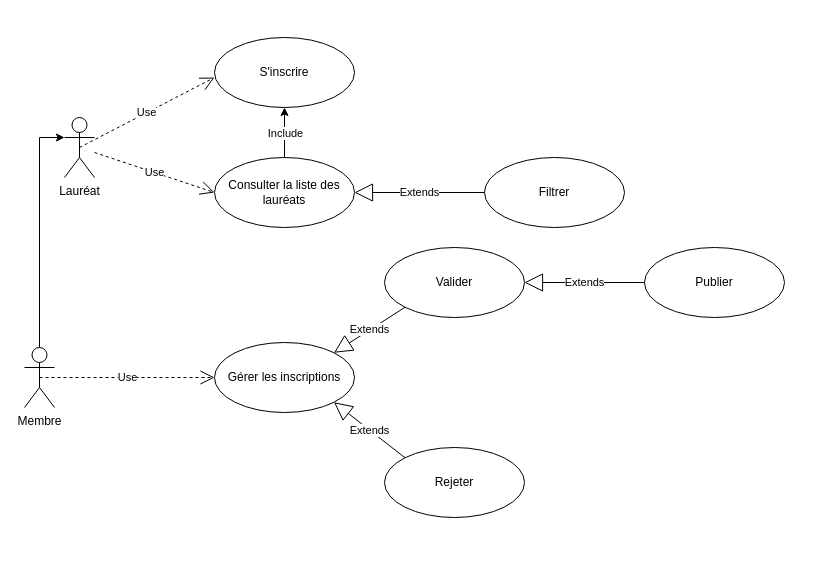
This is Diagramme sans nom.drawio from MOHAMEDABDERRAFIK/Mohamed-Abderrafik, a draw.io file, before an edit. Source tidied: cells renumbered, new cells numbered last; positions are measured from the earlier drawing's top-left corner, leaving out a move shared by most shapes. Both pictures are drawn from the tidied source at 100%, with x=0, y=0 at pixel (24, 37).
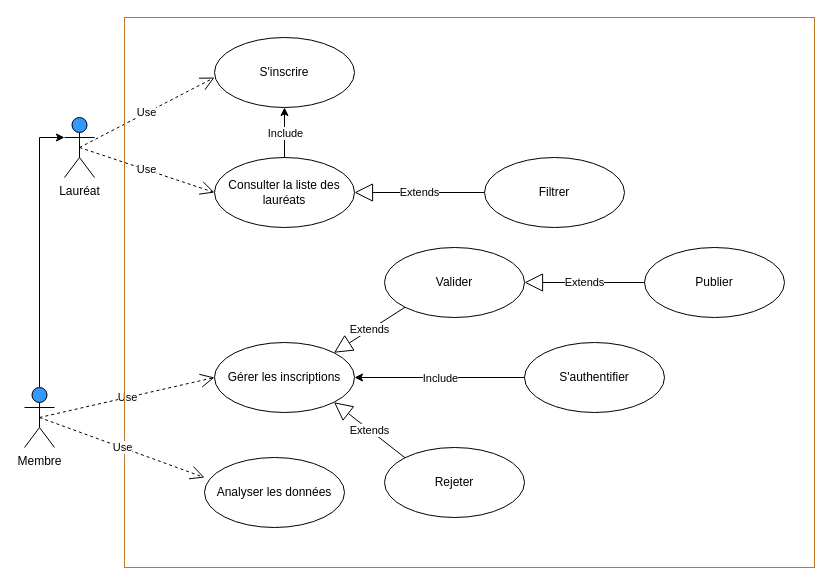
Above is the later version.

Commit message:
Mettre à jour Diagramme sans diagramUseCase.drawio

The change refers to these unchanged cells:
```xml
<mxCell id="6" value="Consulter la liste des lauréats" style="ellipse;whiteSpace=wrap;html=1;" parent="1" vertex="1">
  <mxGeometry x="190" y="120" width="140" height="70" as="geometry" />
</mxCell>
<mxCell id="7" value="Gérer les inscriptions" style="ellipse;whiteSpace=wrap;html=1;" parent="1" vertex="1">
  <mxGeometry x="190" y="305" width="140" height="70" as="geometry" />
</mxCell>
```

The edit, as a diff of the source:
```diff
@@
-    <mxCell id="2" value="Lauréat&lt;br&gt;" style="shape=umlActor;verticalLabelPosition=bottom;verticalAlign=top;html=1;outlineConnect=0;" parent="1" vertex="1">
+    <mxCell id="2" value="Lauréat&lt;br&gt;" style="shape=umlActor;verticalLabelPosition=bottom;verticalAlign=top;html=1;outlineConnect=0;fillColor=#3399FF;" parent="1" vertex="1">
       <mxGeometry x="40" y="80" width="30" height="60" as="geometry" />
     </mxCell>
@@
-    <mxCell id="4" value="Membre&lt;br&gt;" style="shape=umlActor;verticalLabelPosition=bottom;verticalAlign=top;html=1;outlineConnect=0;" parent="1" vertex="1">
-      <mxGeometry y="310" width="30" height="60" as="geometry" />
+    <mxCell id="4" value="Membre&lt;br&gt;" style="shape=umlActor;verticalLabelPosition=bottom;verticalAlign=top;html=1;outlineConnect=0;fillColor=#3399FF;" parent="1" vertex="1">
+      <mxGeometry y="350" width="30" height="60" as="geometry" />
     </mxCell>
@@
-    <mxCell id="17" value="Use" style="endArrow=open;endSize=12;dashed=1;html=1;rounded=0;entryX=0;entryY=0.5;entryDx=0;entryDy=0;" parent="1" edge="1" source="2" target="6">
+    <mxCell id="17" value="Use" style="endArrow=open;endSize=12;dashed=1;html=1;rounded=0;entryX=0;entryY=0.5;entryDx=0;entryDy=0;exitX=0.5;exitY=0.5;exitDx=0;exitDy=0;exitPerimeter=0;" parent="1" edge="1" source="2" target="6">
       <mxGeometry relative="1" as="geometry" />
     </mxCell>
@@
+    <mxCell id="21" value="S'authentifier" style="ellipse;whiteSpace=wrap;html=1;" parent="1" vertex="1">
+      <mxGeometry x="500" y="305" width="140" height="70" as="geometry" />
+    </mxCell>
+    <mxCell id="22" style="endArrow=classic;html=1;rounded=0;exitX=0;exitY=0.5;exitDx=0;exitDy=0;entryX=1;entryY=0.5;entryDx=0;entryDy=0;" parent="1" edge="1" source="21" target="7">
+      <mxGeometry relative="1" as="geometry" />
+    </mxCell>
+    <mxCell id="23" value="Include" style="edgeLabel;html=1;align=center;verticalAlign=middle;" parent="22" vertex="1">
+      <mxGeometry relative="1" as="geometry" />
+    </mxCell>
+    <mxCell id="24" value="Analyser les données" style="ellipse;whiteSpace=wrap;html=1;" parent="1" vertex="1">
+      <mxGeometry x="180" y="420" width="140" height="70" as="geometry" />
+    </mxCell>
+    <mxCell id="25" style="rounded=0;whiteSpace=wrap;html=1;fillColor=none;strokeColor=#C47627;" parent="1" vertex="1">
+      <mxGeometry x="100" y="-20" width="690" height="550" as="geometry" />
+    </mxCell>
+    <mxCell id="26" value="Use" style="endArrow=open;endSize=12;dashed=1;html=1;rounded=0;exitX=0.5;exitY=0.5;exitDx=0;exitDy=0;exitPerimeter=0;entryX=0;entryY=0.286;entryDx=0;entryDy=0;entryPerimeter=0;" parent="1" edge="1" source="4" target="24">
+      <mxGeometry relative="1" as="geometry" />
+    </mxCell>
```
